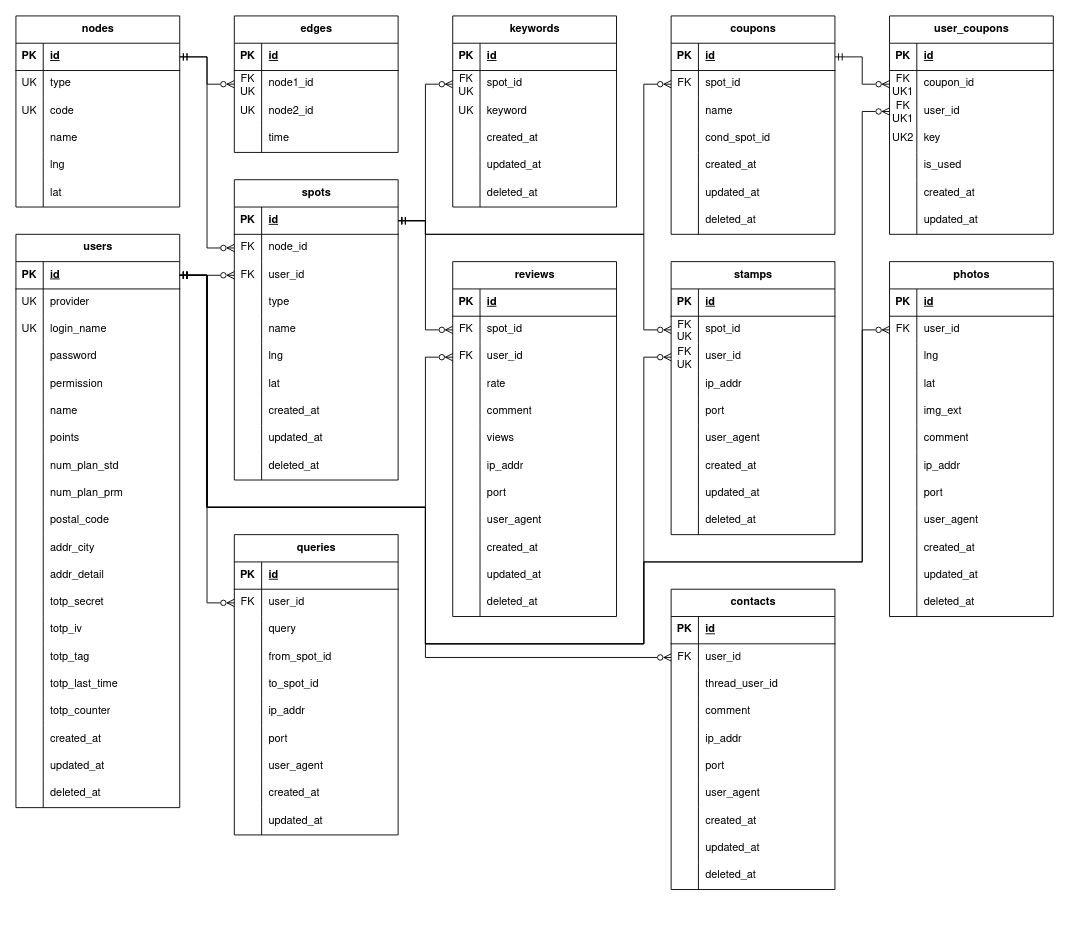
The draw.io diagram docs/figure/gaibu-er.drawio in r02092/se2025, before the edit. Source tidied: cells renumbered, new cells numbered last; positions are measured from the earlier drawing's top-left corner, leaving out a move shared by most shapes. Both pictures are drawn from the tidied source at 91%, with x=0, y=0 at pixel (15, 15).
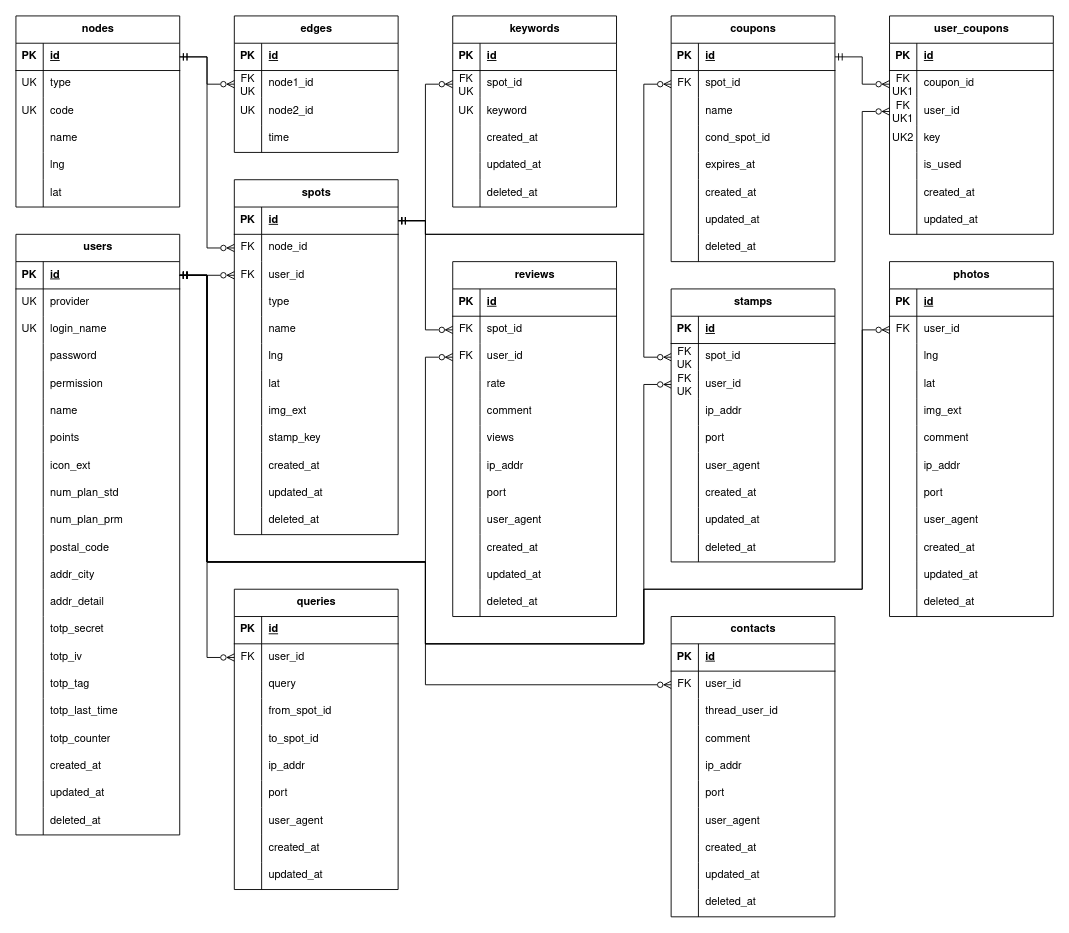
Above is the later version.

Unchanged cells that the change refers to:
```xml
<mxCell id="36" style="shape=tableRow;horizontal=0;startSize=0;swimlaneHead=0;swimlaneBody=0;fillColor=none;points=[[0,0.5],[1,0.5]];portConstraint=eastwest;top=0;left=0;right=0;bottom=1;fontFamily=Nimbus Sans;" parent="35" vertex="1">
  <mxGeometry y="30" width="180" height="30" as="geometry" />
</mxCell>
<mxCell id="68" style="shape=tableRow;horizontal=0;startSize=0;swimlaneHead=0;swimlaneBody=0;fillColor=none;points=[[0,0.5],[1,0.5]];portConstraint=eastwest;top=0;left=0;right=0;bottom=1;fontFamily=Nimbus Sans;" parent="67" vertex="1">
  <mxGeometry y="30" width="180" height="30" as="geometry" />
</mxCell>
<mxCell id="135" style="shape=tableRow;horizontal=0;startSize=0;swimlaneHead=0;swimlaneBody=0;fillColor=none;points=[[0,0.5],[1,0.5]];portConstraint=eastwest;top=0;left=0;right=0;bottom=0;fontFamily=Nimbus Sans;" parent="128" vertex="1">
  <mxGeometry y="90" width="180" height="30" as="geometry" />
</mxCell>
<mxCell id="169" style="shape=tableRow;horizontal=0;startSize=0;swimlaneHead=0;swimlaneBody=0;fillColor=none;points=[[0,0.5],[1,0.5]];portConstraint=eastwest;top=0;left=0;right=0;bottom=0;fontFamily=Nimbus Sans;" parent="165" vertex="1">
  <mxGeometry y="60" width="180" height="30" as="geometry" />
</mxCell>
<mxCell id="207" style="shape=tableRow;horizontal=0;startSize=0;swimlaneHead=0;swimlaneBody=0;fillColor=none;points=[[0,0.5],[1,0.5]];portConstraint=eastwest;top=0;left=0;right=0;bottom=0;fontFamily=Nimbus Sans;" parent="203" vertex="1">
  <mxGeometry y="60" width="180" height="30" as="geometry" />
</mxCell>
<mxCell id="210" style="shape=tableRow;horizontal=0;startSize=0;swimlaneHead=0;swimlaneBody=0;fillColor=none;points=[[0,0.5],[1,0.5]];portConstraint=eastwest;top=0;left=0;right=0;bottom=0;fontFamily=Nimbus Sans;" parent="203" vertex="1">
  <mxGeometry y="90" width="180" height="30" as="geometry" />
</mxCell>
<mxCell id="260" style="shape=tableRow;horizontal=0;startSize=0;swimlaneHead=0;swimlaneBody=0;fillColor=none;points=[[0,0.5],[1,0.5]];portConstraint=eastwest;top=0;left=0;right=0;bottom=0;fontFamily=Nimbus Sans;" parent="253" vertex="1">
  <mxGeometry y="90" width="180" height="30" as="geometry" />
</mxCell>
<mxCell id="329" style="shape=tableRow;horizontal=0;startSize=0;swimlaneHead=0;swimlaneBody=0;fillColor=none;points=[[0,0.5],[1,0.5]];portConstraint=eastwest;top=0;left=0;right=0;bottom=0;fontFamily=Nimbus Sans;" parent="325" vertex="1">
  <mxGeometry y="60" width="180" height="30" as="geometry" />
</mxCell>
```

Change to the diagram source:
```diff
@@
     <mxCell id="35" value="spots" style="shape=table;startSize=30;childLayout=tableLayout;rowLines=0;fontStyle=1;align=center;html=1;fontFamily=Nimbus Sans;" parent="1" vertex="1">
-      <mxGeometry x="240" y="180" width="180" height="330" as="geometry" />
+      <mxGeometry x="240" y="180" width="180" height="390" as="geometry" />
     </mxCell>
@@
+    <mxCell id="367" style="shape=tableRow;horizontal=0;startSize=0;swimlaneHead=0;swimlaneBody=0;fillColor=none;top=0;left=0;right=0;bottom=0;fontFamily=Nimbus Sans;" parent="35" vertex="1">
+      <mxGeometry y="240" width="180" height="30" as="geometry" />
+    </mxCell>
+    <mxCell id="368" style="shape=partialRectangle;fillColor=none;top=0;left=0;bottom=0;right=0;overflow=hidden;whiteSpace=wrap;html=1;fontFamily=Nimbus Sans;" parent="367" vertex="1">
+      <mxGeometry width="30" height="30" as="geometry" />
+    </mxCell>
+    <mxCell id="369" value="img_ext" style="shape=partialRectangle;fillColor=none;top=0;left=0;bottom=0;right=0;align=left;spacingLeft=6;overflow=hidden;whiteSpace=wrap;html=1;fontFamily=Nimbus Sans;" parent="367" vertex="1">
+      <mxGeometry x="30" width="150" height="30" as="geometry" />
+    </mxCell>
+    <mxCell id="370" style="shape=tableRow;horizontal=0;startSize=0;swimlaneHead=0;swimlaneBody=0;fillColor=none;top=0;left=0;right=0;bottom=0;fontFamily=Nimbus Sans;" parent="35" vertex="1">
+      <mxGeometry y="270" width="180" height="30" as="geometry" />
+    </mxCell>
+    <mxCell id="371" style="shape=partialRectangle;fillColor=none;top=0;left=0;bottom=0;right=0;overflow=hidden;whiteSpace=wrap;html=1;fontFamily=Nimbus Sans;" parent="370" vertex="1">
+      <mxGeometry width="30" height="30" as="geometry" />
+    </mxCell>
+    <mxCell id="372" value="stamp_key" style="shape=partialRectangle;fillColor=none;top=0;left=0;bottom=0;right=0;align=left;spacingLeft=6;overflow=hidden;whiteSpace=wrap;html=1;fontFamily=Nimbus Sans;" parent="370" vertex="1">
+      <mxGeometry x="30" width="150" height="30" as="geometry" />
+    </mxCell>
     <mxCell id="57" style="shape=tableRow;horizontal=0;startSize=0;swimlaneHead=0;swimlaneBody=0;fillColor=none;top=0;left=0;right=0;bottom=0;fontFamily=Nimbus Sans;" parent="35" vertex="1">
-      <mxGeometry y="240" width="180" height="30" as="geometry" />
+      <mxGeometry y="300" width="180" height="30" as="geometry" />
     </mxCell>
@@
     <mxCell id="60" style="shape=tableRow;horizontal=0;startSize=0;swimlaneHead=0;swimlaneBody=0;fillColor=none;top=0;left=0;right=0;bottom=0;fontFamily=Nimbus Sans;" parent="35" vertex="1">
-      <mxGeometry y="270" width="180" height="30" as="geometry" />
+      <mxGeometry y="330" width="180" height="30" as="geometry" />
     </mxCell>
@@
     <mxCell id="63" style="shape=tableRow;horizontal=0;startSize=0;swimlaneHead=0;swimlaneBody=0;fillColor=none;top=0;left=0;right=0;bottom=0;fontFamily=Nimbus Sans;" parent="35" vertex="1">
-      <mxGeometry y="300" width="180" height="30" as="geometry" />
+      <mxGeometry y="360" width="180" height="30" as="geometry" />
     </mxCell>
@@
     <mxCell id="67" value="users" style="shape=table;startSize=30;childLayout=tableLayout;rowLines=0;fontStyle=1;align=center;html=1;fontFamily=Nimbus Sans;" parent="1" vertex="1">
-      <mxGeometry y="240" width="180" height="630" as="geometry" />
+      <mxGeometry y="240" width="180" height="660" as="geometry" />
     </mxCell>
@@
+    <mxCell id="373" style="shape=tableRow;horizontal=0;startSize=0;swimlaneHead=0;swimlaneBody=0;fillColor=none;top=0;left=0;right=0;bottom=0;fontFamily=Nimbus Sans;" parent="67" vertex="1">
+      <mxGeometry y="240" width="180" height="30" as="geometry" />
+    </mxCell>
+    <mxCell id="374" style="shape=partialRectangle;fillColor=none;top=0;left=0;bottom=0;right=0;overflow=hidden;whiteSpace=wrap;html=1;fontFamily=Nimbus Sans;" parent="373" vertex="1">
+      <mxGeometry width="30" height="30" as="geometry" />
+    </mxCell>
+    <mxCell id="375" value="icon_ext" style="shape=partialRectangle;fillColor=none;top=0;left=0;bottom=0;right=0;align=left;spacingLeft=6;overflow=hidden;whiteSpace=wrap;html=1;fontFamily=Nimbus Sans;" parent="373" vertex="1">
+      <mxGeometry x="30" width="150" height="30" as="geometry" />
+    </mxCell>
     <mxCell id="89" style="shape=tableRow;horizontal=0;startSize=0;swimlaneHead=0;swimlaneBody=0;fillColor=none;top=0;left=0;right=0;bottom=0;fontFamily=Nimbus Sans;" parent="67" vertex="1">
-      <mxGeometry y="240" width="180" height="30" as="geometry" />
+      <mxGeometry y="270" width="180" height="30" as="geometry" />
     </mxCell>
@@
     <mxCell id="92" style="shape=tableRow;horizontal=0;startSize=0;swimlaneHead=0;swimlaneBody=0;fillColor=none;top=0;left=0;right=0;bottom=0;fontFamily=Nimbus Sans;" parent="67" vertex="1">
-      <mxGeometry y="270" width="180" height="30" as="geometry" />
+      <mxGeometry y="300" width="180" height="30" as="geometry" />
     </mxCell>
@@
     <mxCell id="95" style="shape=tableRow;horizontal=0;startSize=0;swimlaneHead=0;swimlaneBody=0;fillColor=none;top=0;left=0;right=0;bottom=0;fontFamily=Nimbus Sans;" parent="67" vertex="1">
-      <mxGeometry y="300" width="180" height="30" as="geometry" />
+      <mxGeometry y="330" width="180" height="30" as="geometry" />
     </mxCell>
@@
     <mxCell id="98" style="shape=tableRow;horizontal=0;startSize=0;swimlaneHead=0;swimlaneBody=0;fillColor=none;top=0;left=0;right=0;bottom=0;fontFamily=Nimbus Sans;" parent="67" vertex="1">
-      <mxGeometry y="330" width="180" height="30" as="geometry" />
+      <mxGeometry y="360" width="180" height="30" as="geometry" />
     </mxCell>
@@
     <mxCell id="101" style="shape=tableRow;horizontal=0;startSize=0;swimlaneHead=0;swimlaneBody=0;fillColor=none;top=0;left=0;right=0;bottom=0;fontFamily=Nimbus Sans;" parent="67" vertex="1">
-      <mxGeometry y="360" width="180" height="30" as="geometry" />
+      <mxGeometry y="390" width="180" height="30" as="geometry" />
     </mxCell>
@@
     <mxCell id="104" style="shape=tableRow;horizontal=0;startSize=0;swimlaneHead=0;swimlaneBody=0;fillColor=none;top=0;left=0;right=0;bottom=0;fontFamily=Nimbus Sans;" parent="67" vertex="1">
-      <mxGeometry y="390" width="180" height="30" as="geometry" />
+      <mxGeometry y="420" width="180" height="30" as="geometry" />
     </mxCell>
@@
     <mxCell id="107" style="shape=tableRow;horizontal=0;startSize=0;swimlaneHead=0;swimlaneBody=0;fillColor=none;top=0;left=0;right=0;bottom=0;fontFamily=Nimbus Sans;" parent="67" vertex="1">
-      <mxGeometry y="420" width="180" height="30" as="geometry" />
+      <mxGeometry y="450" width="180" height="30" as="geometry" />
     </mxCell>
@@
     <mxCell id="110" style="shape=tableRow;horizontal=0;startSize=0;swimlaneHead=0;swimlaneBody=0;fillColor=none;top=0;left=0;right=0;bottom=0;fontFamily=Nimbus Sans;" parent="67" vertex="1">
-      <mxGeometry y="450" width="180" height="30" as="geometry" />
+      <mxGeometry y="480" width="180" height="30" as="geometry" />
     </mxCell>
@@
     <mxCell id="113" style="shape=tableRow;horizontal=0;startSize=0;swimlaneHead=0;swimlaneBody=0;fillColor=none;top=0;left=0;right=0;bottom=0;fontFamily=Nimbus Sans;" parent="67" vertex="1">
-      <mxGeometry y="480" width="180" height="30" as="geometry" />
+      <mxGeometry y="510" width="180" height="30" as="geometry" />
     </mxCell>
@@
     <mxCell id="116" style="shape=tableRow;horizontal=0;startSize=0;swimlaneHead=0;swimlaneBody=0;fillColor=none;top=0;left=0;right=0;bottom=0;fontFamily=Nimbus Sans;" parent="67" vertex="1">
-      <mxGeometry y="510" width="180" height="30" as="geometry" />
+      <mxGeometry y="540" width="180" height="30" as="geometry" />
     </mxCell>
@@
     <mxCell id="119" style="shape=tableRow;horizontal=0;startSize=0;swimlaneHead=0;swimlaneBody=0;fillColor=none;top=0;left=0;right=0;bottom=0;fontFamily=Nimbus Sans;" parent="67" vertex="1">
-      <mxGeometry y="540" width="180" height="30" as="geometry" />
+      <mxGeometry y="570" width="180" height="30" as="geometry" />
     </mxCell>
@@
     <mxCell id="122" style="shape=tableRow;horizontal=0;startSize=0;swimlaneHead=0;swimlaneBody=0;fillColor=none;top=0;left=0;right=0;bottom=0;fontFamily=Nimbus Sans;" parent="67" vertex="1">
-      <mxGeometry y="570" width="180" height="30" as="geometry" />
+      <mxGeometry y="600" width="180" height="30" as="geometry" />
     </mxCell>
@@
     <mxCell id="125" style="shape=tableRow;horizontal=0;startSize=0;swimlaneHead=0;swimlaneBody=0;fillColor=none;top=0;left=0;right=0;bottom=0;fontFamily=Nimbus Sans;" parent="67" vertex="1">
-      <mxGeometry y="600" width="180" height="30" as="geometry" />
+      <mxGeometry y="630" width="180" height="30" as="geometry" />
     </mxCell>
@@
     <mxCell id="203" value="stamps" style="shape=table;startSize=30;childLayout=tableLayout;rowLines=0;fontStyle=1;align=center;html=1;fontFamily=Nimbus Sans;" parent="1" vertex="1">
-      <mxGeometry x="720" y="270" width="180" height="300" as="geometry" />
+      <mxGeometry x="720" y="300" width="180" height="300" as="geometry" />
     </mxCell>
@@
     <mxCell id="231" value="coupons" style="shape=table;startSize=30;childLayout=tableLayout;rowLines=0;fontStyle=1;align=center;html=1;fontFamily=Nimbus Sans;" parent="1" vertex="1">
-      <mxGeometry x="720" width="180" height="240" as="geometry" />
+      <mxGeometry x="720" width="180" height="270" as="geometry" />
     </mxCell>
@@
+    <mxCell id="376" style="shape=tableRow;horizontal=0;startSize=0;swimlaneHead=0;swimlaneBody=0;fillColor=none;top=0;left=0;right=0;bottom=0;fontFamily=Nimbus Sans;" parent="231" vertex="1">
+      <mxGeometry y="150" width="180" height="30" as="geometry" />
+    </mxCell>
+    <mxCell id="377" style="shape=partialRectangle;fillColor=none;top=0;left=0;bottom=0;right=0;overflow=hidden;whiteSpace=wrap;html=1;fontFamily=Nimbus Sans;" parent="376" vertex="1">
+      <mxGeometry width="30" height="30" as="geometry" />
+    </mxCell>
+    <mxCell id="378" value="expires_at" style="shape=partialRectangle;fillColor=none;top=0;left=0;bottom=0;right=0;align=left;spacingLeft=6;overflow=hidden;whiteSpace=wrap;html=1;fontFamily=Nimbus Sans;" parent="376" vertex="1">
+      <mxGeometry x="30" width="150" height="30" as="geometry" />
+    </mxCell>
     <mxCell id="244" style="shape=tableRow;horizontal=0;startSize=0;swimlaneHead=0;swimlaneBody=0;fillColor=none;top=0;left=0;right=0;bottom=0;fontFamily=Nimbus Sans;" parent="231" vertex="1">
-      <mxGeometry y="150" width="180" height="30" as="geometry" />
+      <mxGeometry y="180" width="180" height="30" as="geometry" />
     </mxCell>
@@
     <mxCell id="247" style="shape=tableRow;horizontal=0;startSize=0;swimlaneHead=0;swimlaneBody=0;fillColor=none;top=0;left=0;right=0;bottom=0;fontFamily=Nimbus Sans;" parent="231" vertex="1">
-      <mxGeometry y="180" width="180" height="30" as="geometry" />
+      <mxGeometry y="210" width="180" height="30" as="geometry" />
     </mxCell>
@@
     <mxCell id="250" style="shape=tableRow;horizontal=0;startSize=0;swimlaneHead=0;swimlaneBody=0;fillColor=none;top=0;left=0;right=0;bottom=0;fontFamily=Nimbus Sans;" parent="231" vertex="1">
-      <mxGeometry y="210" width="180" height="30" as="geometry" />
+      <mxGeometry y="240" width="180" height="30" as="geometry" />
     </mxCell>
@@
     <mxCell id="275" value="queries" style="shape=table;startSize=30;childLayout=tableLayout;rowLines=0;fontStyle=1;align=center;html=1;fontFamily=Nimbus Sans;" parent="1" vertex="1">
-      <mxGeometry x="240" y="570" width="180" height="330" as="geometry" />
+      <mxGeometry x="240" y="630" width="180" height="330" as="geometry" />
     </mxCell>
@@
     <mxCell id="325" value="contacts" style="shape=table;startSize=30;childLayout=tableLayout;rowLines=0;fontStyle=1;align=center;html=1;fontFamily=Nimbus Sans;" parent="1" vertex="1">
-      <mxGeometry x="720" y="630" width="180" height="330" as="geometry" />
+      <mxGeometry x="720" y="660" width="180" height="330" as="geometry" />
     </mxCell>
@@
     <mxCell id="360" style="edgeStyle=orthogonalEdgeStyle;rounded=0;jettySize=auto;html=1;exitX=1;exitY=0.5;exitDx=0;exitDy=0;entryX=0;entryY=0.5;entryDx=0;entryDy=0;startArrow=ERmandOne;startFill=0;endArrow=ERzeroToMany;endFill=0;" parent="1" edge="1" source="36" target="207">
       <mxGeometry relative="1" as="geometry">
         <Array as="points">
           <mxPoint x="450" y="225" />
           <mxPoint x="450" y="240" />
           <mxPoint x="690" y="240" />
-          <mxPoint x="690" y="345" />
+          <mxPoint x="690" y="375" />
         </Array>
       </mxGeometry>
     </mxCell>
@@
     <mxCell id="362" style="edgeStyle=orthogonalEdgeStyle;rounded=0;jettySize=auto;html=1;exitX=1;exitY=0.5;exitDx=0;exitDy=0;startArrow=ERmandOne;startFill=0;endArrow=ERzeroToMany;endFill=0;" parent="1" edge="1" source="68" target="135">
       <mxGeometry relative="1" as="geometry">
         <Array as="points">
           <mxPoint x="210" y="285" />
-          <mxPoint x="210" y="540" />
-          <mxPoint x="450" y="540" />
+          <mxPoint x="210" y="600" />
+          <mxPoint x="450" y="600" />
           <mxPoint x="450" y="375" />
         </Array>
       </mxGeometry>
     </mxCell>
     <mxCell id="363" style="edgeStyle=orthogonalEdgeStyle;rounded=0;jettySize=auto;html=1;exitX=1;exitY=0.5;exitDx=0;exitDy=0;entryX=0;entryY=0.5;entryDx=0;entryDy=0;startArrow=ERmandOne;startFill=0;endArrow=ERzeroToMany;endFill=0;" parent="1" edge="1" source="68" target="329">
       <mxGeometry relative="1" as="geometry">
         <Array as="points">
           <mxPoint x="210" y="285" />
-          <mxPoint x="210" y="540" />
-          <mxPoint x="450" y="540" />
-          <mxPoint x="450" y="705" />
+          <mxPoint x="210" y="600" />
+          <mxPoint x="450" y="600" />
+          <mxPoint x="450" y="735" />
         </Array>
       </mxGeometry>
     </mxCell>
     <mxCell id="364" style="edgeStyle=orthogonalEdgeStyle;rounded=0;jettySize=auto;html=1;exitX=1;exitY=0.5;exitDx=0;exitDy=0;entryX=0;entryY=0.5;entryDx=0;entryDy=0;startArrow=ERmandOne;startFill=0;endArrow=ERzeroToMany;endFill=0;" parent="1" edge="1" source="68" target="210">
       <mxGeometry relative="1" as="geometry">
         <Array as="points">
           <mxPoint x="210" y="285" />
-          <mxPoint x="210" y="540" />
-          <mxPoint x="450" y="540" />
+          <mxPoint x="210" y="600" />
+          <mxPoint x="450" y="600" />
           <mxPoint x="450" y="690" />
           <mxPoint x="690" y="690" />
-          <mxPoint x="690" y="375" />
+          <mxPoint x="690" y="405" />
         </Array>
       </mxGeometry>
     </mxCell>
     <mxCell id="365" style="edgeStyle=orthogonalEdgeStyle;rounded=0;jettySize=auto;html=1;exitX=1;exitY=0.5;exitDx=0;exitDy=0;entryX=0;entryY=0.5;entryDx=0;entryDy=0;startArrow=ERmandOne;startFill=0;endArrow=ERzeroToMany;endFill=0;" parent="1" edge="1" source="68" target="260">
       <mxGeometry relative="1" as="geometry">
         <Array as="points">
           <mxPoint x="210" y="285" />
-          <mxPoint x="210" y="540" />
-          <mxPoint x="450" y="540" />
+          <mxPoint x="210" y="600" />
+          <mxPoint x="450" y="600" />
           <mxPoint x="450" y="690" />
           <mxPoint x="690" y="690" />
-          <mxPoint x="690" y="600" />
-          <mxPoint x="930" y="600" />
+          <mxPoint x="690" y="630" />
+          <mxPoint x="930" y="630" />
           <mxPoint x="930" y="105" />
         </Array>
       </mxGeometry>
     </mxCell>
     <mxCell id="366" style="edgeStyle=orthogonalEdgeStyle;rounded=0;jettySize=auto;html=1;exitX=1;exitY=0.5;exitDx=0;exitDy=0;entryX=0;entryY=0.5;entryDx=0;entryDy=0;startArrow=ERmandOne;startFill=0;endArrow=ERzeroToMany;endFill=0;" parent="1" edge="1" source="68" target="169">
       <mxGeometry relative="1" as="geometry">
         <Array as="points">
           <mxPoint x="210" y="285" />
-          <mxPoint x="210" y="540" />
-          <mxPoint x="450" y="540" />
+          <mxPoint x="210" y="600" />
+          <mxPoint x="450" y="600" />
           <mxPoint x="450" y="690" />
           <mxPoint x="690" y="690" />
-          <mxPoint x="690" y="600" />
-          <mxPoint x="930" y="600" />
+          <mxPoint x="690" y="630" />
+          <mxPoint x="930" y="630" />
           <mxPoint x="930" y="345" />
         </Array>
       </mxGeometry>
     </mxCell>
```
